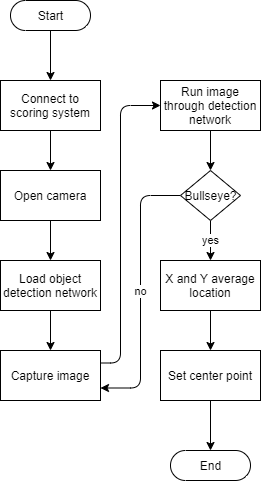
The draw.io diagram documentation/imaging-system/idle_start_logic.png in kparlak/dart-scoring-system, before a commit. Source tidied: cells renumbered, new cells last; positions are measured from the earlier drawing's top-left corner, leaving out a move shared by most shapes. The source it was exported from:
```xml
<mxGraphModel>
  <root>
    <mxCell id="0" />
    <mxCell id="1" parent="0" />
    <mxCell id="2" style="edgeStyle=orthogonalEdgeStyle;rounded=1;jettySize=auto;html=1;exitX=0.5;exitY=0.5;exitDx=0;exitDy=15;exitPerimeter=0;entryX=0.5;entryY=0;entryDx=0;entryDy=0;strokeColor=#000000;" parent="1" edge="1" source="3" target="10">
      <mxGeometry relative="1" as="geometry" />
    </mxCell>
    <mxCell id="3" value="Start" style="html=1;dashed=0;whitespace=wrap;shape=mxgraph.dfd.start;" parent="1" vertex="1">
      <mxGeometry x="10" width="80" height="30" as="geometry" />
    </mxCell>
    <mxCell id="4" style="edgeStyle=orthogonalEdgeStyle;rounded=1;jettySize=auto;html=1;exitX=0.5;exitY=1;exitDx=0;exitDy=0;entryX=0.5;entryY=0;entryDx=0;entryDy=0;strokeColor=#000000;" parent="1" edge="1" source="5" target="7">
      <mxGeometry relative="1" as="geometry" />
    </mxCell>
    <mxCell id="5" value="Open camera" style="html=1;dashed=0;whitespace=wrap;whiteSpace=wrap;" parent="1" vertex="1">
      <mxGeometry y="170" width="100" height="50" as="geometry" />
    </mxCell>
    <mxCell id="6" style="edgeStyle=orthogonalEdgeStyle;rounded=1;jettySize=auto;html=1;exitX=0.5;exitY=1;exitDx=0;exitDy=0;entryX=0.5;entryY=0;entryDx=0;entryDy=0;strokeColor=#000000;" parent="1" edge="1" source="7" target="12">
      <mxGeometry relative="1" as="geometry" />
    </mxCell>
    <mxCell id="7" value="Load object detection network" style="html=1;dashed=0;whitespace=wrap;whiteSpace=wrap;" parent="1" vertex="1">
      <mxGeometry y="260" width="100" height="50" as="geometry" />
    </mxCell>
    <mxCell id="8" value="End" style="html=1;dashed=0;whitespace=wrap;shape=mxgraph.dfd.start;" parent="1" vertex="1">
      <mxGeometry x="170" y="450" width="80" height="30" as="geometry" />
    </mxCell>
    <mxCell id="9" style="edgeStyle=orthogonalEdgeStyle;rounded=1;jettySize=auto;html=1;exitX=0.5;exitY=1;exitDx=0;exitDy=0;entryX=0.5;entryY=0;entryDx=0;entryDy=0;strokeColor=#000000;" parent="1" edge="1" source="10" target="5">
      <mxGeometry relative="1" as="geometry" />
    </mxCell>
    <mxCell id="10" value="Connect to scoring system" style="html=1;dashed=0;whitespace=wrap;whiteSpace=wrap;" parent="1" vertex="1">
      <mxGeometry y="80" width="100" height="50" as="geometry" />
    </mxCell>
    <mxCell id="11" style="edgeStyle=orthogonalEdgeStyle;rounded=1;jettySize=auto;html=1;exitX=1;exitY=0.25;exitDx=0;exitDy=0;entryX=0;entryY=0.5;entryDx=0;entryDy=0;strokeColor=#000000;" parent="1" edge="1" source="12" target="14">
      <mxGeometry relative="1" as="geometry">
        <Array as="points">
          <mxPoint x="120" y="363" />
          <mxPoint x="120" y="105" />
        </Array>
      </mxGeometry>
    </mxCell>
    <mxCell id="12" value="Capture image" style="html=1;dashed=0;whitespace=wrap;whiteSpace=wrap;" parent="1" vertex="1">
      <mxGeometry y="350" width="100" height="50" as="geometry" />
    </mxCell>
    <mxCell id="13" style="edgeStyle=orthogonalEdgeStyle;rounded=1;jettySize=auto;html=1;exitX=0.5;exitY=1;exitDx=0;exitDy=0;entryX=0.5;entryY=0;entryDx=0;entryDy=0;strokeColor=#000000;" parent="1" edge="1" source="14" target="17">
      <mxGeometry relative="1" as="geometry" />
    </mxCell>
    <mxCell id="14" value="Run image through detection network" style="html=1;dashed=0;whitespace=wrap;whiteSpace=wrap;" parent="1" vertex="1">
      <mxGeometry x="160" y="80" width="100" height="50" as="geometry" />
    </mxCell>
    <mxCell id="15" value="yes" style="edgeStyle=orthogonalEdgeStyle;rounded=1;jettySize=auto;html=1;exitX=0.5;exitY=1;exitDx=0;exitDy=0;entryX=0.5;entryY=0;entryDx=0;entryDy=0;strokeColor=#000000;" parent="1" edge="1" source="17" target="21">
      <mxGeometry relative="1" as="geometry" />
    </mxCell>
    <mxCell id="16" value="no" style="edgeStyle=orthogonalEdgeStyle;rounded=1;jettySize=auto;html=1;exitX=0;exitY=0.5;exitDx=0;exitDy=0;entryX=1;entryY=0.75;entryDx=0;entryDy=0;strokeColor=#000000;" parent="1" edge="1" source="17" target="12">
      <mxGeometry relative="1" as="geometry" />
    </mxCell>
    <mxCell id="17" value="Bullseye?" style="shape=rhombus;html=1;dashed=0;whitespace=wrap;perimeter=rhombusPerimeter;" parent="1" vertex="1">
      <mxGeometry x="180" y="170" width="60" height="50" as="geometry" />
    </mxCell>
    <mxCell id="18" style="edgeStyle=orthogonalEdgeStyle;rounded=1;jettySize=auto;html=1;exitX=0.5;exitY=1;exitDx=0;exitDy=0;entryX=0.5;entryY=0.5;entryDx=0;entryDy=-15;entryPerimeter=0;startArrow=none;startFill=0;endArrow=classic;endFill=1;strokeColor=#000000;fontSize=11;" parent="1" edge="1" source="19" target="8">
      <mxGeometry relative="1" as="geometry" />
    </mxCell>
    <mxCell id="19" value="Set center point" style="html=1;dashed=0;whitespace=wrap;whiteSpace=wrap;" parent="1" vertex="1">
      <mxGeometry x="160" y="350" width="100" height="50" as="geometry" />
    </mxCell>
    <mxCell id="20" style="edgeStyle=orthogonalEdgeStyle;rounded=1;jettySize=auto;html=1;exitX=0.5;exitY=1;exitDx=0;exitDy=0;entryX=0.5;entryY=0;entryDx=0;entryDy=0;strokeColor=#000000;" parent="1" edge="1" source="21" target="19">
      <mxGeometry relative="1" as="geometry" />
    </mxCell>
    <mxCell id="21" value="X and Y average location" style="html=1;dashed=0;whitespace=wrap;whiteSpace=wrap;" parent="1" vertex="1">
      <mxGeometry x="160" y="260" width="100" height="50" as="geometry" />
    </mxCell>
  </root>
</mxGraphModel>
```
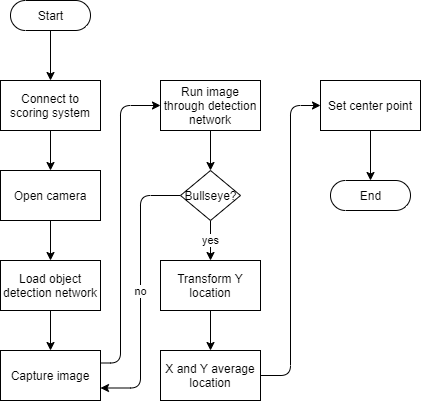
The same diagram one commit later.

Diff of the diagram source:
```diff
@@ -21,7 +21,7 @@
       <mxGeometry y="260" width="100" height="50" as="geometry" />
     </mxCell>
     <mxCell id="8" value="End" style="html=1;dashed=0;whitespace=wrap;shape=mxgraph.dfd.start;" parent="1" vertex="1">
-      <mxGeometry x="170" y="450" width="80" height="30" as="geometry" />
+      <mxGeometry x="330" y="180" width="80" height="30" as="geometry" />
     </mxCell>
     <mxCell id="9" style="edgeStyle=orthogonalEdgeStyle;rounded=1;jettySize=auto;html=1;exitX=0.5;exitY=1;exitDx=0;exitDy=0;entryX=0.5;entryY=0;entryDx=0;entryDy=0;strokeColor=#000000;" parent="1" edge="1" source="10" target="5">
       <mxGeometry relative="1" as="geometry" />
@@ -46,26 +46,32 @@
     <mxCell id="14" value="Run image through detection network" style="html=1;dashed=0;whitespace=wrap;whiteSpace=wrap;" parent="1" vertex="1">
       <mxGeometry x="160" y="80" width="100" height="50" as="geometry" />
     </mxCell>
+    <mxCell id="16" value="no" style="edgeStyle=orthogonalEdgeStyle;rounded=1;jettySize=auto;html=1;exitX=0;exitY=0.5;exitDx=0;exitDy=0;entryX=1;entryY=0.75;entryDx=0;entryDy=0;strokeColor=#000000;" parent="1" edge="1" source="17" target="12">
+      <mxGeometry relative="1" as="geometry" />
+    </mxCell>
-    <mxCell id="15" value="yes" style="edgeStyle=orthogonalEdgeStyle;rounded=1;jettySize=auto;html=1;exitX=0.5;exitY=1;exitDx=0;exitDy=0;entryX=0.5;entryY=0;entryDx=0;entryDy=0;strokeColor=#000000;" parent="1" edge="1" source="17" target="21">
+    <mxCell id="15" value="yes" style="edgeStyle=orthogonalEdgeStyle;rounded=0;jettySize=auto;html=1;exitX=0.5;exitY=1;exitDx=0;exitDy=0;entryX=0.5;entryY=0;entryDx=0;entryDy=0;" parent="1" edge="1" source="17" target="23">
       <mxGeometry relative="1" as="geometry" />
     </mxCell>
-    <mxCell id="16" value="no" style="edgeStyle=orthogonalEdgeStyle;rounded=1;jettySize=auto;html=1;exitX=0;exitY=0.5;exitDx=0;exitDy=0;entryX=1;entryY=0.75;entryDx=0;entryDy=0;strokeColor=#000000;" parent="1" edge="1" source="17" target="12">
-      <mxGeometry relative="1" as="geometry" />
-    </mxCell>
     <mxCell id="17" value="Bullseye?" style="shape=rhombus;html=1;dashed=0;whitespace=wrap;perimeter=rhombusPerimeter;" parent="1" vertex="1">
       <mxGeometry x="180" y="170" width="60" height="50" as="geometry" />
     </mxCell>
-    <mxCell id="18" style="edgeStyle=orthogonalEdgeStyle;rounded=1;jettySize=auto;html=1;exitX=0.5;exitY=1;exitDx=0;exitDy=0;entryX=0.5;entryY=0.5;entryDx=0;entryDy=-15;entryPerimeter=0;startArrow=none;startFill=0;endArrow=classic;endFill=1;strokeColor=#000000;fontSize=11;" parent="1" edge="1" source="19" target="8">
+    <mxCell id="18" style="edgeStyle=orthogonalEdgeStyle;rounded=1;jettySize=auto;html=1;exitX=0.5;exitY=1;exitDx=0;exitDy=0;entryX=0.5;entryY=0.5;entryDx=0;entryDy=-15;entryPerimeter=0;" parent="1" edge="1" source="19" target="8">
       <mxGeometry relative="1" as="geometry" />
     </mxCell>
     <mxCell id="19" value="Set center point" style="html=1;dashed=0;whitespace=wrap;whiteSpace=wrap;" parent="1" vertex="1">
-      <mxGeometry x="160" y="350" width="100" height="50" as="geometry" />
+      <mxGeometry x="320" y="80" width="100" height="50" as="geometry" />
     </mxCell>
-    <mxCell id="20" style="edgeStyle=orthogonalEdgeStyle;rounded=1;jettySize=auto;html=1;exitX=0.5;exitY=1;exitDx=0;exitDy=0;entryX=0.5;entryY=0;entryDx=0;entryDy=0;strokeColor=#000000;" parent="1" edge="1" source="21" target="19">
+    <mxCell id="20" style="edgeStyle=orthogonalEdgeStyle;rounded=1;jettySize=auto;html=1;exitX=1;exitY=0.5;exitDx=0;exitDy=0;entryX=0;entryY=0.5;entryDx=0;entryDy=0;" parent="1" edge="1" source="21" target="19">
       <mxGeometry relative="1" as="geometry" />
     </mxCell>
     <mxCell id="21" value="X and Y average location" style="html=1;dashed=0;whitespace=wrap;whiteSpace=wrap;" parent="1" vertex="1">
-      <mxGeometry x="160" y="260" width="100" height="50" as="geometry" />
+      <mxGeometry x="160" y="350" width="100" height="50" as="geometry" />
     </mxCell>
+    <mxCell id="22" style="edgeStyle=orthogonalEdgeStyle;rounded=0;jettySize=auto;html=1;exitX=0.5;exitY=1;exitDx=0;exitDy=0;entryX=0.5;entryY=0;entryDx=0;entryDy=0;" parent="1" edge="1" source="23" target="21">
+      <mxGeometry relative="1" as="geometry" />
+    </mxCell>
+    <mxCell id="23" value="Transform Y location" style="html=1;dashed=0;whitespace=wrap;whiteSpace=wrap;" parent="1" vertex="1">
+      <mxGeometry x="160" y="260" width="100" height="50" as="geometry" />
+    </mxCell>
   </root>
 </mxGraphModel>
```
